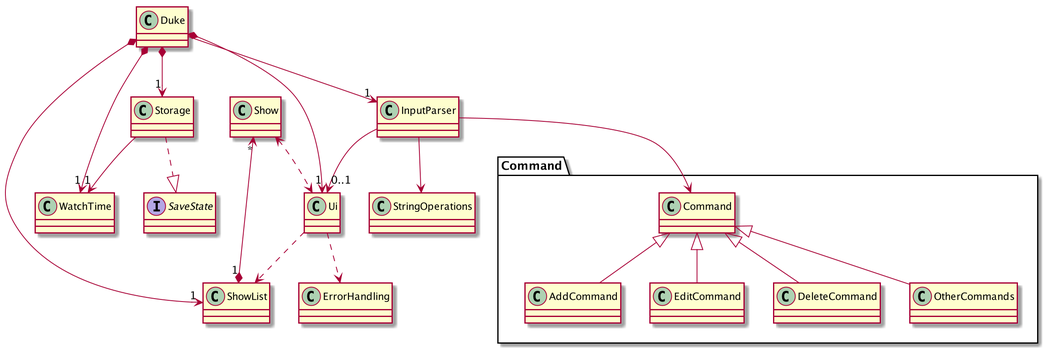
Before: docs/images/designDG/designArchitecture.png, a diagram exported from PlantUML (nus-cs2113-AY2021S1/tp).
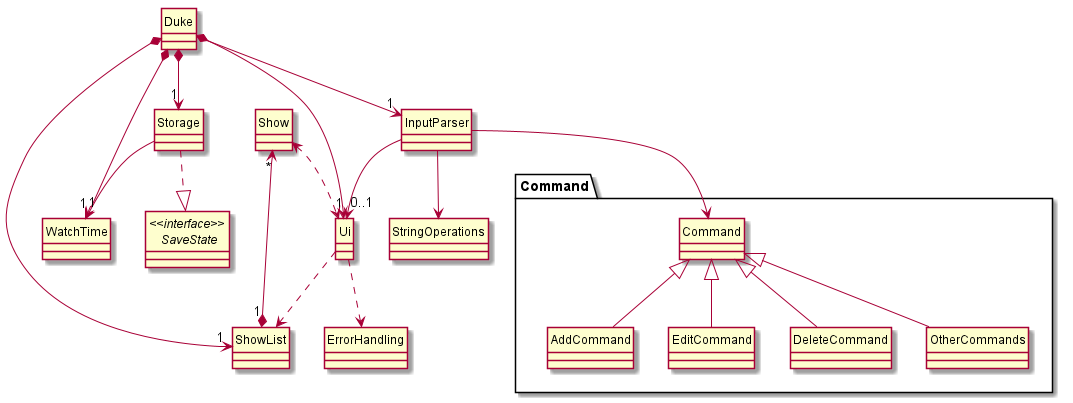
The same diagram one commit later.

Commit message:
Fix class diagram formats and small changes in DG/UG to fix images and formatting

Diff of the diagram source:
```diff
@@ -1,12 +1,13 @@
 @startuml
-
+hide circle
+skinparam classAttributeIconSize 0
 class Command
 class Show
 class Storage
 class WatchTime
 class Duke
 class Ui
-interface SaveState
+interface "<<interface>> \n SaveState"
 class ErrorHandling
 class ShowList
 class InputParser
@@ -18,7 +19,7 @@
 Duke *--> "1" WatchTime
 Duke --> "1" InputParser
 
-Storage ..|> SaveState
+Storage ..|> "<<interface>> \n SaveState"
 Storage --> "1" WatchTime
 Show <..> Ui
 Ui ..> ShowList
```
